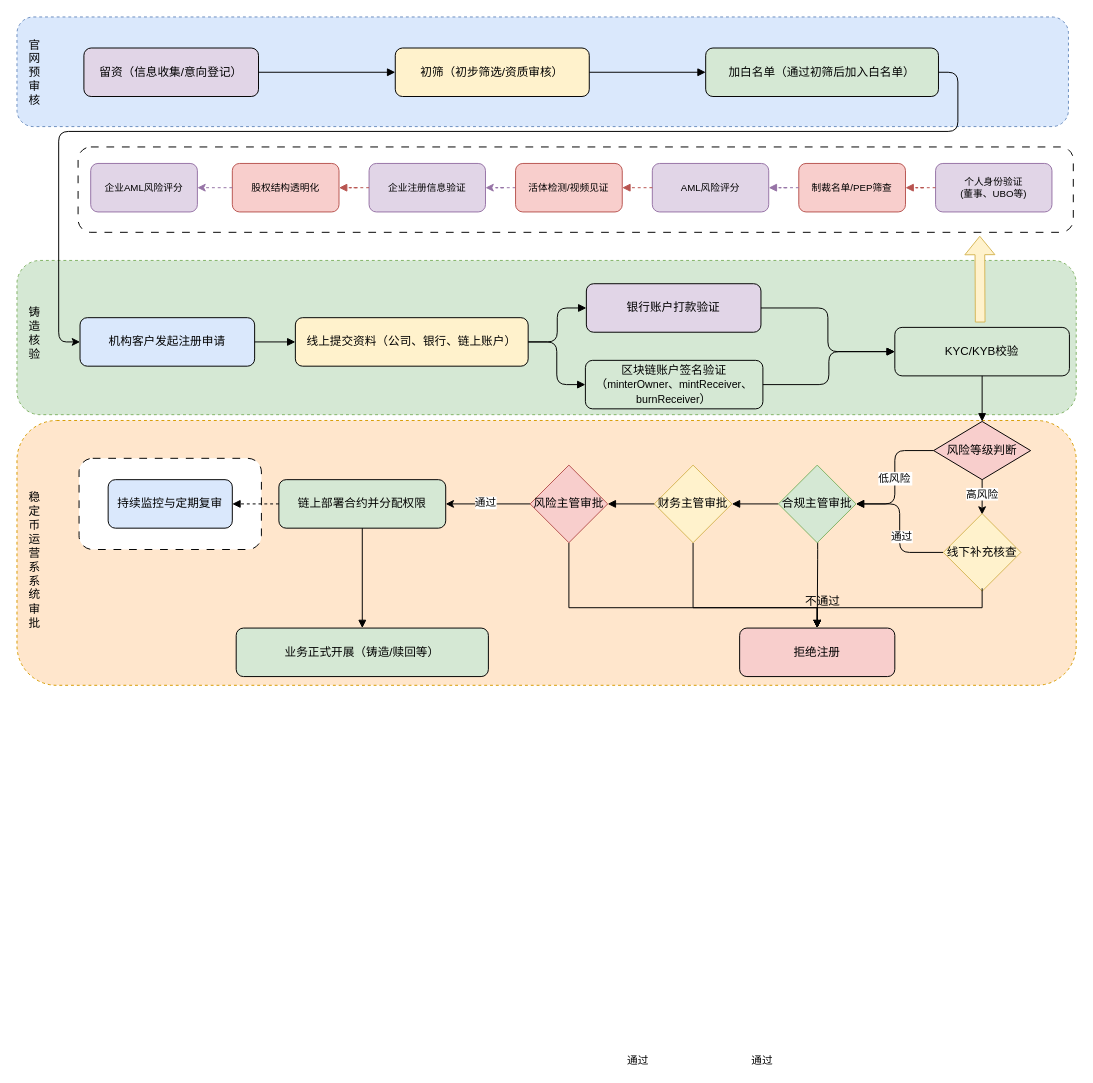
Above: sc.drawio in mingzhenliu/doc (draw.io), before the change. Source tidied: cells renumbered, new cells numbered last; positions are measured from the earlier drawing's top-left corner, leaving out a move shared by most shapes. Both pictures are drawn from the tidied source at 97%, with x=0, y=0 at pixel (16, 16).
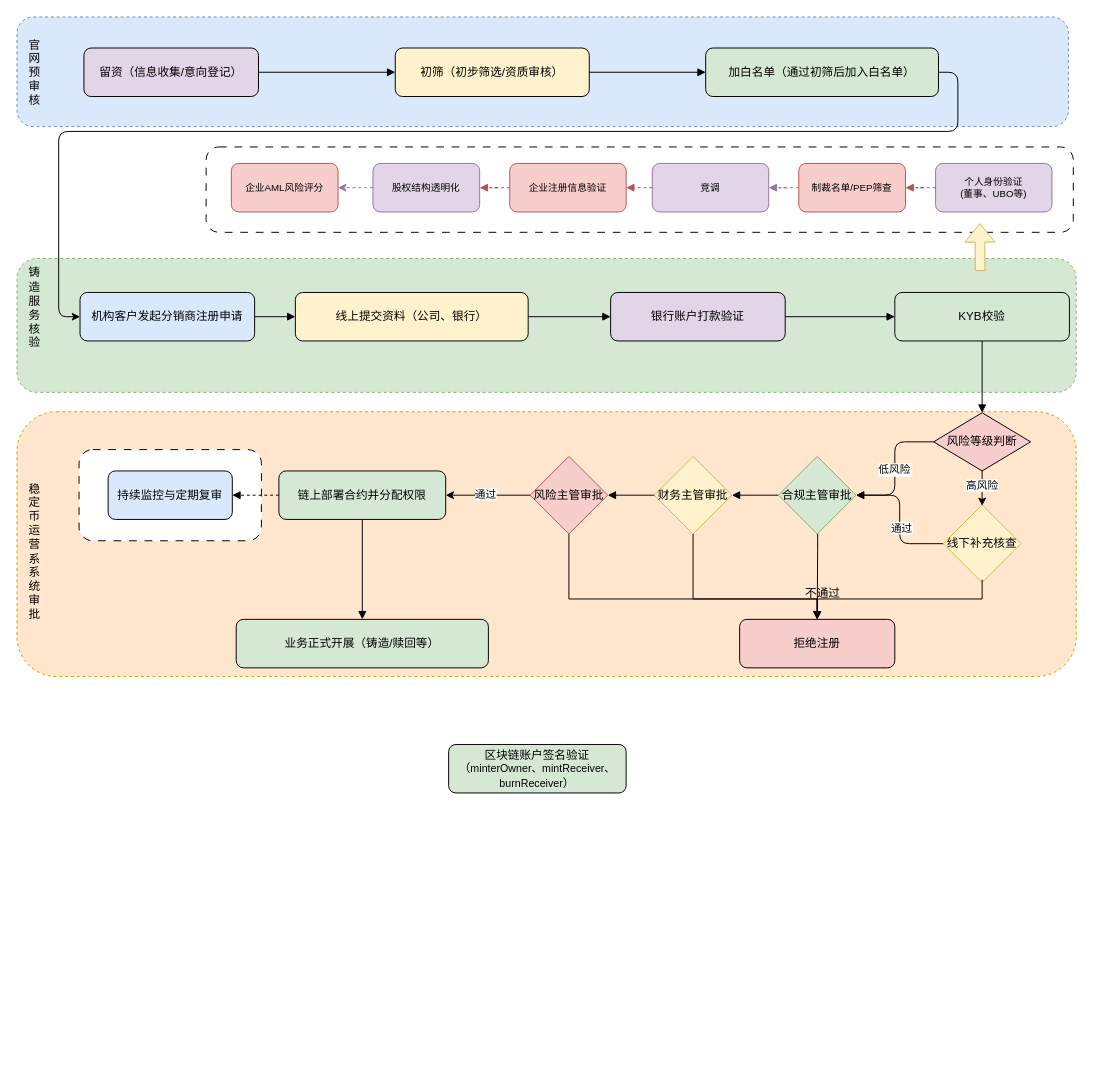
Above is the later version.

Unchanged cells that the change refers to:
```xml
<mxCell id="9" value="加白名单（通过初筛后加入白名单）" style="rounded=1;whiteSpace=wrap;html=1;fillColor=#d5e8d4;" parent="1" vertex="1">
  <mxGeometry x="710" y="32" width="240" height="50" as="geometry" />
</mxCell>
<mxCell id="32" style="edgeStyle=orthogonalEdgeStyle;endArrow=block;endFill=1;entryX=1;entryY=0.5;entryDx=0;entryDy=0;exitX=0;exitY=0.5;exitDx=0;exitDy=0;" parent="1" edge="1" source="38" target="37">
  <mxGeometry relative="1" as="geometry" />
</mxCell>
<mxCell id="43" style="edgeStyle=orthogonalEdgeStyle;endArrow=block;endFill=1;" parent="1" edge="1" source="37" target="42">
  <mxGeometry relative="1" as="geometry" />
</mxCell>
```

Change to the diagram source:
```diff
@@
     <mxCell id="2" style="rounded=1;whiteSpace=wrap;html=1;dashed=1;fillColor=#ffe6cc;strokeColor=#d79b00;" parent="1" vertex="1">
-      <mxGeometry y="416" width="1092" height="273" as="geometry" />
+      <mxGeometry y="407" width="1092" height="273" as="geometry" />
     </mxCell>
     <mxCell id="3" style="rounded=1;whiteSpace=wrap;html=1;dashed=1;fillColor=#d5e8d4;strokeColor=#82b366;" parent="1" vertex="1">
-      <mxGeometry y="251" width="1092" height="159" as="geometry" />
+      <mxGeometry y="249" width="1092" height="138" as="geometry" />
     </mxCell>
@@
     <mxCell id="5" style="rounded=1;whiteSpace=wrap;html=1;dashed=1;dashPattern=8 8;" parent="1" vertex="1">
-      <mxGeometry x="64" y="455" width="188" height="94" as="geometry" />
+      <mxGeometry x="64" y="446" width="188" height="94" as="geometry" />
     </mxCell>
     <mxCell id="6" style="rounded=1;whiteSpace=wrap;html=1;dashed=1;dashPattern=8 8;" parent="1" vertex="1">
-      <mxGeometry x="63" y="134" width="1026" height="88" as="geometry" />
+      <mxGeometry x="195" y="134" width="894" height="88" as="geometry" />
     </mxCell>
@@
-    <mxCell id="12" value="机构客户发起注册申请" style="rounded=1;whiteSpace=wrap;html=1;fillColor=#dae8fc;" parent="1" vertex="1">
-      <mxGeometry x="65" y="310" width="180" height="50" as="geometry" />
+    <mxCell id="12" value="机构客户发起分销商注册申请" style="rounded=1;whiteSpace=wrap;html=1;fillColor=#dae8fc;" parent="1" vertex="1">
+      <mxGeometry x="65" y="284" width="180" height="50" as="geometry" />
     </mxCell>
-    <mxCell id="13" value="线上提交资料（公司、银行、链上账户）" style="rounded=1;whiteSpace=wrap;html=1;fillColor=#fff2cc;" parent="1" vertex="1">
-      <mxGeometry x="287" y="310" width="240" height="50" as="geometry" />
+    <mxCell id="13" value="线上提交资料（公司、银行）" style="rounded=1;whiteSpace=wrap;html=1;fillColor=#fff2cc;" parent="1" vertex="1">
+      <mxGeometry x="287" y="284" width="240" height="50" as="geometry" />
     </mxCell>
     <mxCell id="14" value="银行账户打款验证" style="rounded=1;whiteSpace=wrap;html=1;fillColor=#e1d5e7;flipH=1;" parent="1" vertex="1">
-      <mxGeometry x="587" y="275" width="180" height="50" as="geometry" />
+      <mxGeometry x="612" y="284" width="180" height="50" as="geometry" />
     </mxCell>
     <mxCell id="15" value="区块链账户签名验证&lt;div&gt;（&lt;span style=&quot;font-size: 11px;&quot;&gt;minterOwner、mintReceiver、&lt;/span&gt;&lt;br style=&quot;font-size: 11px;&quot;&gt;&lt;span style=&quot;font-size: 11px;&quot;&gt;burnReceiver&lt;/span&gt;）&lt;/div&gt;" style="rounded=1;whiteSpace=wrap;html=1;fillColor=#d5e8d4;flipH=1;" parent="1" vertex="1">
-      <mxGeometry x="586" y="354" width="183" height="50" as="geometry" />
+      <mxGeometry x="445" y="750" width="183" height="50" as="geometry" />
     </mxCell>
-    <mxCell id="16" value="KYC/KYB校验" style="rounded=1;whiteSpace=wrap;html=1;fillColor=#d5e8d4;" parent="1" vertex="1">
-      <mxGeometry x="905" y="320" width="180" height="50" as="geometry" />
-    </mxCell>
     <mxCell id="17" style="edgeStyle=orthogonalEdgeStyle;rounded=0;jettySize=auto;html=1;entryX=0.5;entryY=0;entryDx=0;entryDy=0;" parent="1" edge="1" source="19">
       <mxGeometry relative="1" as="geometry">
-        <mxPoint x="995" y="513" as="targetPoint" />
+        <mxPoint x="995" y="504" as="targetPoint" />
       </mxGeometry>
     </mxCell>
@@
     <mxCell id="19" value="风险等级判断" style="rhombus;whiteSpace=wrap;html=1;fillColor=#f8cecc;" parent="1" vertex="1">
-      <mxGeometry x="945" y="417" width="100" height="60" as="geometry" />
+      <mxGeometry x="945" y="408" width="100" height="60" as="geometry" />
     </mxCell>
     <mxCell id="20" value="链上部署合约并分配权限" style="rounded=1;whiteSpace=wrap;html=1;fillColor=#d5e8d4;" parent="1" vertex="1">
-      <mxGeometry x="270" y="477" width="172" height="50" as="geometry" />
+      <mxGeometry x="270" y="468" width="172" height="50" as="geometry" />
     </mxCell>
     <mxCell id="21" value="拒绝注册" style="rounded=1;whiteSpace=wrap;html=1;fillColor=#f8cecc;" parent="1" vertex="1">
-      <mxGeometry x="745" y="630" width="160" height="50" as="geometry" />
+      <mxGeometry x="745" y="621" width="160" height="50" as="geometry" />
     </mxCell>
     <mxCell id="22" value="持续监控与定期复审" style="rounded=1;whiteSpace=wrap;html=1;fillColor=#dae8fc;" parent="1" vertex="1">
-      <mxGeometry x="94" y="477" width="128" height="50" as="geometry" />
+      <mxGeometry x="94" y="468" width="128" height="50" as="geometry" />
     </mxCell>
     <mxCell id="23" value="业务正式开展（铸造/赎回等）" style="rounded=1;whiteSpace=wrap;html=1;fillColor=#d5e8d4;" parent="1" vertex="1">
-      <mxGeometry x="226" y="630" width="260" height="50" as="geometry" />
+      <mxGeometry x="226" y="621" width="260" height="50" as="geometry" />
     </mxCell>
@@
-    <mxCell id="26" style="edgeStyle=orthogonalEdgeStyle;endArrow=block;endFill=1;" parent="1" edge="1" source="13" target="15">
-      <mxGeometry relative="1" as="geometry" />
-    </mxCell>
@@
-    <mxCell id="28" style="edgeStyle=orthogonalEdgeStyle;endArrow=block;endFill=1;" parent="1" edge="1" source="15" target="16">
-      <mxGeometry relative="1" as="geometry" />
-    </mxCell>
@@
     <mxCell id="31" style="edgeStyle=orthogonalEdgeStyle;endArrow=block;endFill=1;exitX=0.5;exitY=1;exitDx=0;exitDy=0;" parent="1" edge="1" target="21">
       <mxGeometry relative="1" as="geometry">
-        <mxPoint x="825" y="467" as="sourcePoint" />
+        <mxPoint x="825" y="458" as="sourcePoint" />
       </mxGeometry>
     </mxCell>
@@
-    <mxCell id="33" value="通过" style="edgeLabel;html=1;align=center;verticalAlign=middle;" parent="32" vertex="1">
-      <mxGeometry x="-0.19" y="573" relative="1" as="geometry">
-        <mxPoint x="1" as="offset" />
-      </mxGeometry>
-    </mxCell>
@@
     <mxCell id="36" style="edgeStyle=orthogonalEdgeStyle;rounded=0;jettySize=auto;html=1;entryX=0.5;entryY=0;entryDx=0;entryDy=0;exitX=0.5;exitY=1;exitDx=0;exitDy=0;" parent="1" edge="1" source="37" target="21">
       <mxGeometry relative="1" as="geometry">
         <Array as="points">
-          <mxPoint x="697" y="609" />
-          <mxPoint x="825" y="609" />
+          <mxPoint x="697" y="600" />
+          <mxPoint x="825" y="600" />
         </Array>
       </mxGeometry>
     </mxCell>
     <mxCell id="37" value="财务主管审批" style="rhombus;whiteSpace=wrap;html=1;fillColor=#fff2cc;strokeColor=#d6b656;" parent="1" vertex="1">
-      <mxGeometry x="657" y="462" width="80" height="80" as="geometry" />
+      <mxGeometry x="657" y="453" width="80" height="80" as="geometry" />
     </mxCell>
     <mxCell id="38" value="合规主管审批" style="rhombus;whiteSpace=wrap;html=1;fillColor=#d5e8d4;strokeColor=#82b366;" parent="1" vertex="1">
-      <mxGeometry x="785" y="462" width="80" height="80" as="geometry" />
+      <mxGeometry x="785" y="453" width="80" height="80" as="geometry" />
     </mxCell>
     <mxCell id="39" style="edgeStyle=orthogonalEdgeStyle;rounded=0;jettySize=auto;html=1;entryX=0.5;entryY=0;entryDx=0;entryDy=0;" parent="1" edge="1" source="42" target="21">
       <mxGeometry relative="1" as="geometry">
         <Array as="points">
-          <mxPoint x="569" y="609" />
-          <mxPoint x="825" y="609" />
+          <mxPoint x="569" y="600" />
+          <mxPoint x="825" y="600" />
         </Array>
       </mxGeometry>
     </mxCell>
@@
     <mxCell id="42" value="风险主管审批" style="rhombus;whiteSpace=wrap;html=1;fillColor=#f8cecc;strokeColor=#b85450;" parent="1" vertex="1">
-      <mxGeometry x="529" y="462" width="80" height="80" as="geometry" />
+      <mxGeometry x="529" y="453" width="80" height="80" as="geometry" />
     </mxCell>
@@
-    <mxCell id="44" value="通过" style="edgeLabel;html=1;align=center;verticalAlign=middle;" parent="43" vertex="1">
-      <mxGeometry x="-0.19" y="573" relative="1" as="geometry">
-        <mxPoint x="1" as="offset" />
-      </mxGeometry>
-    </mxCell>
@@
-    <mxCell id="47" value="企业注册信息验证" style="rounded=1;whiteSpace=wrap;html=1;fillColor=#e1d5e7;strokeColor=#9673a6;fontSize=10;" parent="1" vertex="1">
-      <mxGeometry x="363" y="151" width="120" height="50" as="geometry" />
+    <mxCell id="47" value="企业注册信息验证" style="rounded=1;whiteSpace=wrap;html=1;fillColor=#f8cecc;strokeColor=#b85450;fontSize=10;" parent="1" vertex="1">
+      <mxGeometry x="508" y="151" width="120" height="50" as="geometry" />
     </mxCell>
-    <mxCell id="48" value="股权结构透明化" style="rounded=1;whiteSpace=wrap;html=1;fillColor=#f8cecc;strokeColor=#b85450;fontSize=10;" parent="1" vertex="1">
-      <mxGeometry x="222" y="151" width="110" height="50" as="geometry" />
+    <mxCell id="48" value="股权结构透明化" style="rounded=1;whiteSpace=wrap;html=1;fillColor=#e1d5e7;strokeColor=#9673a6;fontSize=10;" parent="1" vertex="1">
+      <mxGeometry x="367" y="151" width="110" height="50" as="geometry" />
     </mxCell>
@@
-    <mxCell id="52" value="AML风险评分" style="rounded=1;whiteSpace=wrap;html=1;fillColor=#e1d5e7;strokeColor=#9673a6;fontSize=10;" parent="1" vertex="1">
+    <mxCell id="52" value="竞调" style="rounded=1;whiteSpace=wrap;html=1;fillColor=#e1d5e7;strokeColor=#9673a6;fontSize=10;" parent="1" vertex="1">
       <mxGeometry x="655" y="151" width="120" height="50" as="geometry" />
     </mxCell>
-    <mxCell id="53" style="edgeStyle=orthogonalEdgeStyle;rounded=0;jettySize=auto;html=1;endArrow=block;endFill=1;strokeColor=#b85450;dashed=1;exitX=0;exitY=0.5;exitDx=0;exitDy=0;entryX=1;entryY=0.5;entryDx=0;entryDy=0;" parent="1" edge="1" source="52" target="55">
+    <mxCell id="53" style="edgeStyle=orthogonalEdgeStyle;rounded=0;jettySize=auto;html=1;endArrow=block;endFill=1;strokeColor=#b85450;dashed=1;exitX=0;exitY=0.5;exitDx=0;exitDy=0;entryX=1;entryY=0.5;entryDx=0;entryDy=0;" parent="1" edge="1" source="52" target="47">
       <mxGeometry relative="1" as="geometry" />
     </mxCell>
-    <mxCell id="54" style="edgeStyle=orthogonalEdgeStyle;rounded=0;jettySize=auto;html=1;entryX=1;entryY=0.5;entryDx=0;entryDy=0;fillColor=#e1d5e7;strokeColor=#9673a6;dashed=1;" parent="1" edge="1" source="55" target="47">
-      <mxGeometry relative="1" as="geometry" />
-    </mxCell>
-    <mxCell id="55" value="活体检测/视频见证" style="rounded=1;whiteSpace=wrap;html=1;fillColor=#f8cecc;strokeColor=#b85450;fontSize=10;" parent="1" vertex="1">
-      <mxGeometry x="514" y="151" width="110" height="50" as="geometry" />
-    </mxCell>
-    <mxCell id="56" value="企业AML风险评分" style="rounded=1;whiteSpace=wrap;html=1;fillColor=#e1d5e7;strokeColor=#9673a6;fontSize=10;" parent="1" vertex="1">
-      <mxGeometry x="76" y="151" width="110" height="50" as="geometry" />
+    <mxCell id="56" value="企业AML风险评分" style="rounded=1;whiteSpace=wrap;html=1;fillColor=#f8cecc;strokeColor=#b85450;fontSize=10;" parent="1" vertex="1">
+      <mxGeometry x="221" y="151" width="110" height="50" as="geometry" />
     </mxCell>
@@
     <mxCell id="60" value="线下补充核查" style="rhombus;whiteSpace=wrap;html=1;fillColor=#fff2cc;strokeColor=#d6b656;" parent="1" vertex="1">
-      <mxGeometry x="955" y="512" width="80" height="80" as="geometry" />
+      <mxGeometry x="955" y="503" width="80" height="80" as="geometry" />
     </mxCell>
     <mxCell id="61" style="edgeStyle=orthogonalEdgeStyle;rounded=0;jettySize=auto;html=1;entryX=0.5;entryY=0;entryDx=0;entryDy=0;exitX=0.5;exitY=1;exitDx=0;exitDy=0;" parent="1" edge="1" target="21">
       <mxGeometry relative="1" as="geometry">
-        <mxPoint x="995" y="589" as="sourcePoint" />
+        <mxPoint x="995" y="580" as="sourcePoint" />
         <Array as="points">
-          <mxPoint x="995" y="609" />
-          <mxPoint x="825" y="609" />
+          <mxPoint x="995" y="600" />
+          <mxPoint x="825" y="600" />
         </Array>
       </mxGeometry>
     </mxCell>
     <mxCell id="62" value="不通过" style="text;html=1;align=center;verticalAlign=middle;whiteSpace=wrap;rounded=0;" parent="1" vertex="1">
-      <mxGeometry x="801" y="588" width="60" height="30" as="geometry" />
+      <mxGeometry x="801" y="579" width="60" height="30" as="geometry" />
     </mxCell>
@@
-    <mxCell id="64" style="edgeStyle=orthogonalEdgeStyle;rounded=1;jettySize=auto;html=1;entryX=0;entryY=0.5;entryDx=0;entryDy=0;exitX=1;exitY=0.5;exitDx=0;exitDy=0;curved=0;" parent="1" edge="1" source="9" target="12">
+    <mxCell id="64" style="edgeStyle=orthogonalEdgeStyle;rounded=1;jettySize=auto;html=1;exitX=1;exitY=0.5;exitDx=0;exitDy=0;curved=0;" parent="1" edge="1" source="9" target="12">
       <mxGeometry relative="1" as="geometry">
         <Array as="points">
           <mxPoint x="970" y="57" />
           <mxPoint x="970" y="118" />
           <mxPoint x="43" y="118" />
-          <mxPoint x="43" y="335" />
+          <mxPoint x="43" y="309" />
         </Array>
       </mxGeometry>
     </mxCell>
-    <mxCell id="65" value="铸造核验" style="text;html=1;align=center;verticalAlign=middle;whiteSpace=wrap;rounded=0;" parent="1" vertex="1">
-      <mxGeometry x="6" y="294" width="25" height="63" as="geometry" />
+    <mxCell id="65" value="铸造服务核验" style="text;html=1;align=center;verticalAlign=middle;whiteSpace=wrap;rounded=0;" parent="1" vertex="1">
+      <mxGeometry x="6" y="268" width="25" height="63" as="geometry" />
     </mxCell>
     <mxCell id="66" value="稳定币运营系系统审批" style="text;html=1;align=center;verticalAlign=middle;whiteSpace=wrap;rounded=0;" parent="1" vertex="1">
-      <mxGeometry x="6" y="528" width="25" height="63" as="geometry" />
+      <mxGeometry x="6" y="519" width="25" height="63" as="geometry" />
     </mxCell>
     <mxCell id="67" style="shape=flexArrow;endArrow=classic;html=1;rounded=0;entryX=0.906;entryY=1.018;entryDx=0;entryDy=0;entryPerimeter=0;fillColor=#fff2cc;strokeColor=#d6b656;" parent="1" edge="1">
       <mxGeometry relative="1" as="geometry">
-        <mxPoint x="993" y="315" as="sourcePoint" />
-        <mxPoint x="992.6" y="225.6" as="targetPoint" />
+        <mxPoint x="993" y="262" as="sourcePoint" />
+        <mxPoint x="992.6" y="212.6" as="targetPoint" />
       </mxGeometry>
     </mxCell>
+    <mxCell id="16" value="KYB校验" style="rounded=1;whiteSpace=wrap;html=1;fillColor=#d5e8d4;" parent="1" vertex="1">
+      <mxGeometry x="905" y="284" width="180" height="50" as="geometry" />
+    </mxCell>
```
